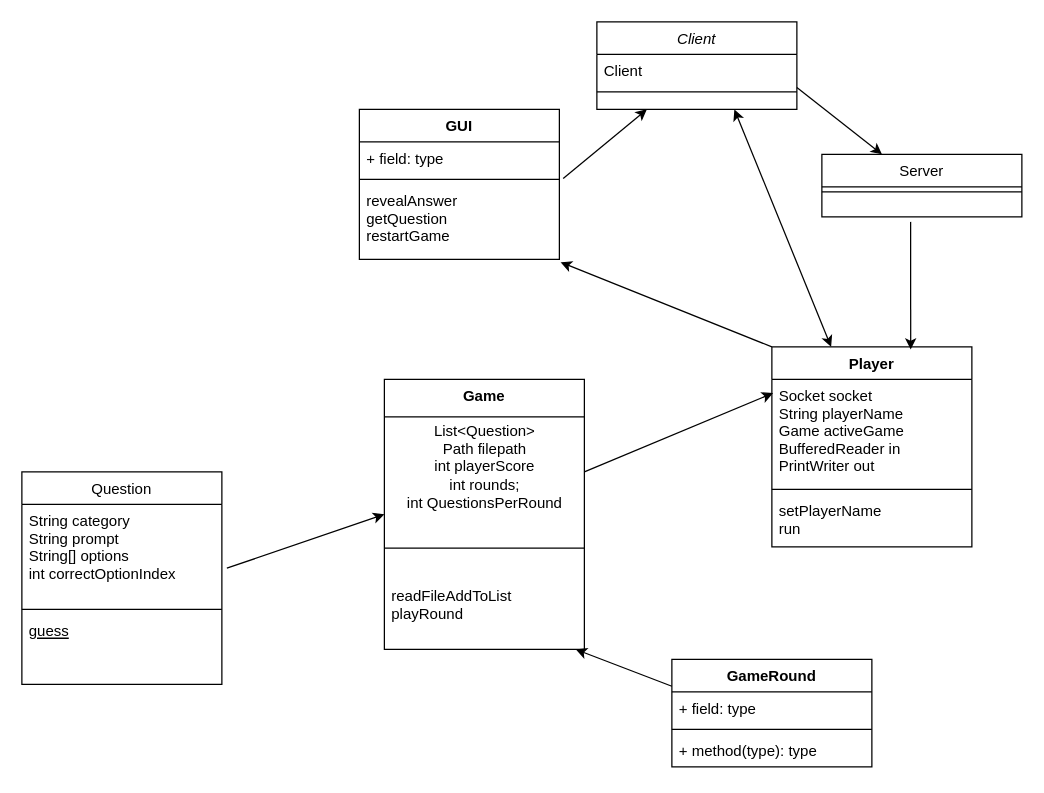
Grupp-4-Quizkampen/Quizkampen keeps this draw.io diagram as Untitled Diagram.drawio. Above is the earlier version. Source tidied: cells renumbered, new cells numbered last; positions are measured from the earlier drawing's top-left corner, leaving out a move shared by most shapes. Both pictures are drawn from the tidied source at 125%, with x=0, y=0 at pixel (21, 21).
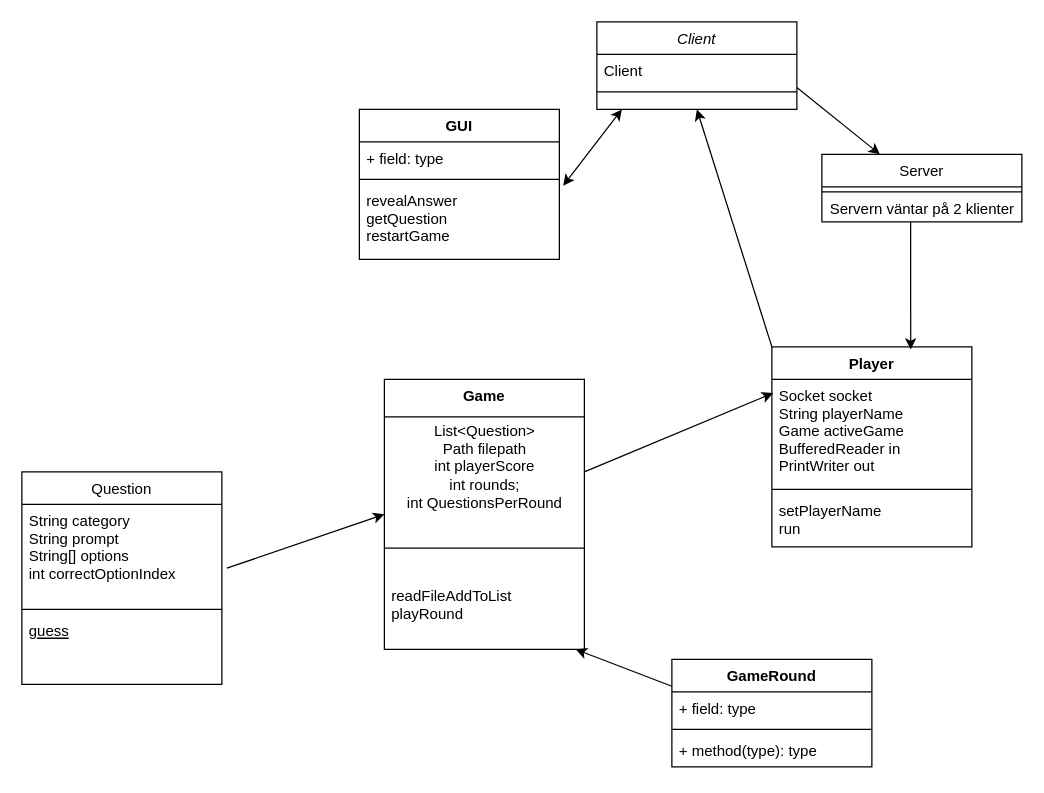
Above is the later version.

Unchanged cells that the change refers to:
```xml
<mxCell id="2" value="Client&#10;" style="swimlane;fontStyle=2;align=center;verticalAlign=top;horizontal=1;startSize=26;rounded=0;shadow=0;strokeWidth=1;" parent="1" vertex="1">
  <mxGeometry x="460" width="160" height="70" as="geometry" />
</mxCell>
<mxCell id="18" value="Player&#10;" style="swimlane;fontStyle=1;align=center;verticalAlign=top;horizontal=1;startSize=26;" parent="1" vertex="1">
  <mxGeometry x="600" y="260" width="160" height="160" as="geometry" />
</mxCell>
<mxCell id="27" value="revealAnswer&#10;getQuestion&#10;restartGame&#10;&#10;" style="text;strokeColor=none;fillColor=none;align=left;verticalAlign=top;spacingLeft=4;spacingRight=4;overflow=hidden;points=[[0,0.5],[1,0.5]];portConstraint=eastwest;" parent="24" vertex="1">
  <mxGeometry y="60" width="160" height="60" as="geometry" />
</mxCell>
```

What changed in the source:
```diff
@@
     <mxCell id="9" value="Server&#10;" style="swimlane;fontStyle=0;align=center;verticalAlign=top;horizontal=1;startSize=26;rounded=0;shadow=0;strokeWidth=1;" parent="1" vertex="1">
-      <mxGeometry x="640" y="106" width="160" height="50" as="geometry" />
+      <mxGeometry x="640" y="106" width="160" height="54" as="geometry" />
     </mxCell>
@@
-    <mxCell id="11" style="endArrow=classic;startArrow=classic;html=1;" parent="1" edge="1" source="18">
-      <mxGeometry relative="1" as="geometry">
-        <mxPoint x="570" y="70" as="targetPoint" />
-      </mxGeometry>
-    </mxCell>
+    <mxCell id="35" value="&lt;div&gt;Servern väntar på 2 klienter&lt;/div&gt;" style="text;html=1;align=center;verticalAlign=middle;" parent="9" vertex="1">
+      <mxGeometry y="34" width="160" height="20" as="geometry" />
+    </mxCell>
@@
-    <mxCell id="28" style="endArrow=classic;html=1;exitX=0;exitY=0;exitDx=0;exitDy=0;entryX=1.006;entryY=1.038;entryDx=0;entryDy=0;entryPerimeter=0;" parent="1" edge="1" source="18" target="27">
+    <mxCell id="28" style="endArrow=classic;html=1;exitX=0;exitY=0;exitDx=0;exitDy=0;entryX=0.5;entryY=1;entryDx=0;entryDy=0;" parent="1" edge="1" source="18" target="2">
       <mxGeometry relative="1" as="geometry" />
     </mxCell>
-    <mxCell id="29" style="endArrow=classic;html=1;exitX=1.019;exitY=-0.077;exitDx=0;exitDy=0;exitPerimeter=0;entryX=0.25;entryY=1;entryDx=0;entryDy=0;" parent="1" edge="1" source="27" target="2">
-      <mxGeometry relative="1" as="geometry" />
-    </mxCell>
@@
+    <mxCell id="36" style="endArrow=classic;startArrow=classic;html=1;exitX=1.019;exitY=0.017;exitDx=0;exitDy=0;exitPerimeter=0;" parent="1" edge="1" source="27">
+      <mxGeometry relative="1" as="geometry">
+        <mxPoint x="480" y="70" as="targetPoint" />
+      </mxGeometry>
+    </mxCell>
```
